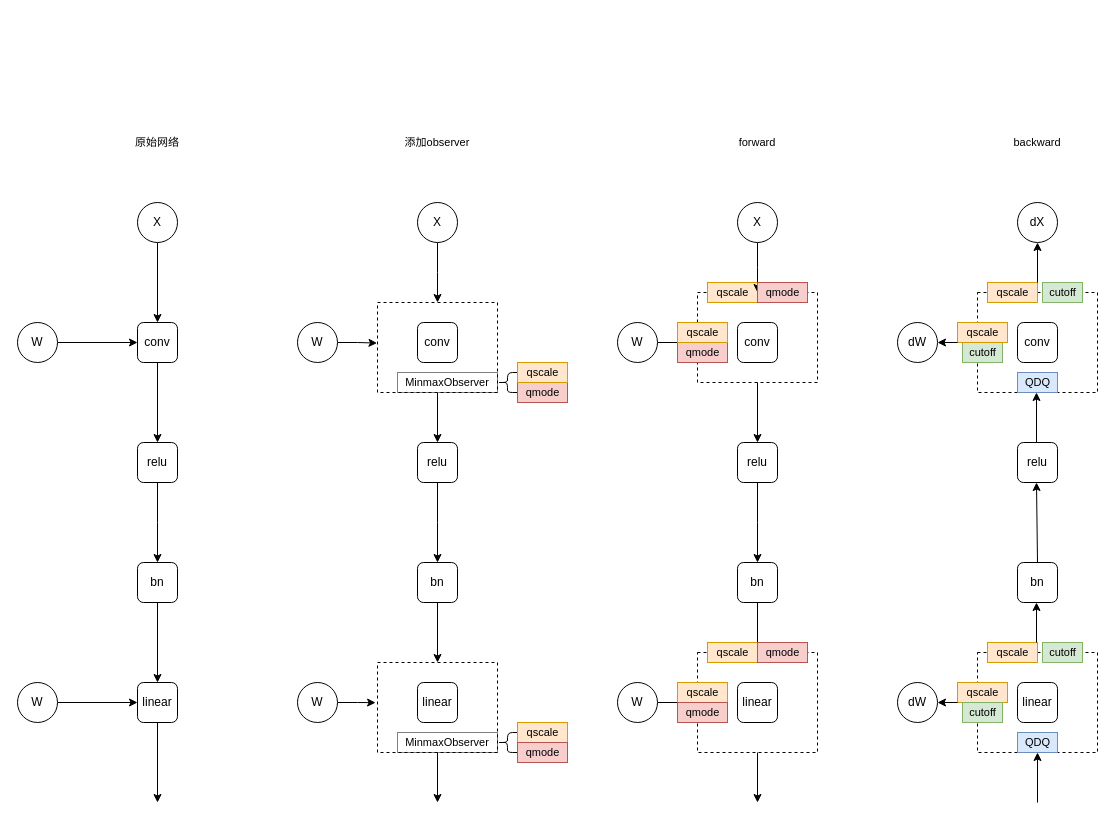
The draw.io diagram torch/QAT.drawio in alanzhai219/dive_into_framework, before the edit. Source tidied: cells renumbered, new cells numbered last; positions are measured from the earlier drawing's top-left corner, leaving out a move shared by most shapes. Both pictures are drawn from the tidied source at 100%, with x=0, y=0 at pixel (17, 122).
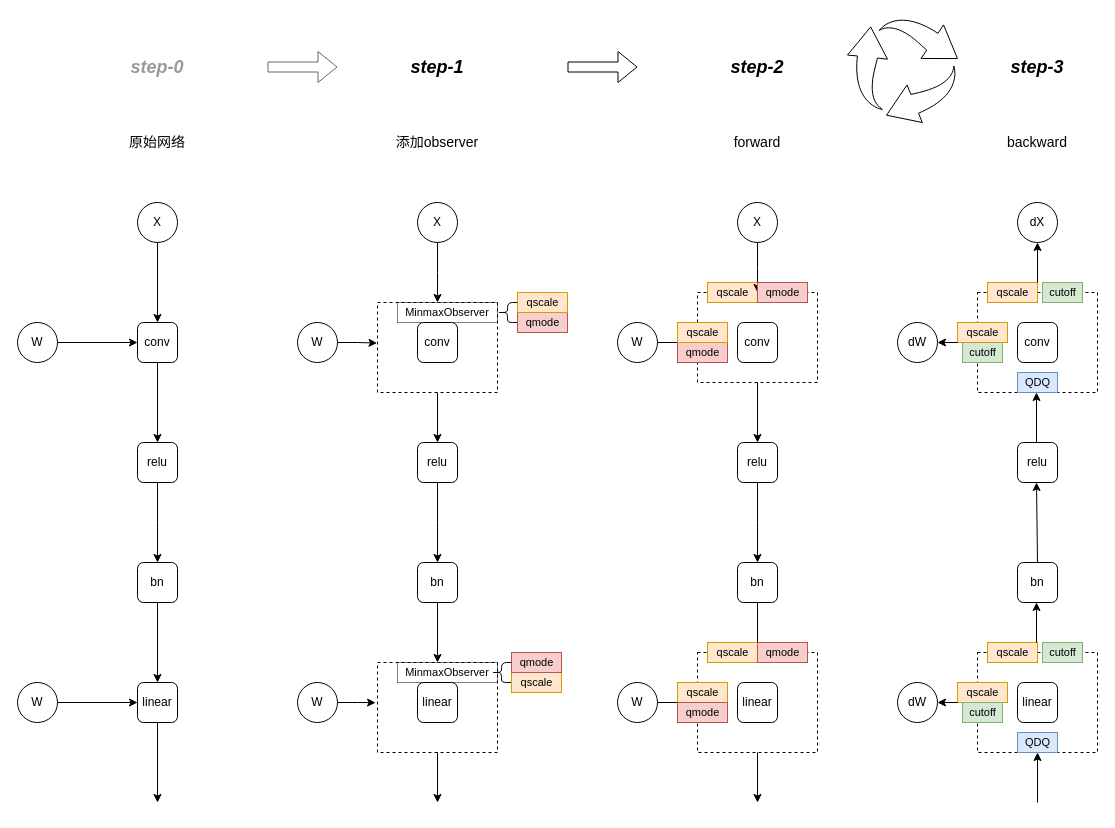
Above is the later version.

Change to the diagram source:
```diff
@@
     <mxCell id="20" value="&lt;font style=&quot;font-size: 11px&quot;&gt;MinmaxObserver&lt;/font&gt;" style="text;html=1;strokeColor=default;fillColor=none;align=center;verticalAlign=middle;whiteSpace=wrap;rounded=0;shadow=0;glass=1;sketch=0;dashed=1;dashPattern=1 1;" parent="1" vertex="1">
-      <mxGeometry x="380" y="250" width="100" height="20" as="geometry" />
+      <mxGeometry x="380" y="180" width="100" height="20" as="geometry" />
     </mxCell>
@@
     <mxCell id="34" value="&lt;font style=&quot;font-size: 11px&quot;&gt;MinmaxObserver&lt;/font&gt;" style="text;html=1;strokeColor=default;fillColor=none;align=center;verticalAlign=middle;whiteSpace=wrap;rounded=0;shadow=0;glass=1;dashed=1;sketch=0;dashPattern=1 1;" parent="1" vertex="1">
-      <mxGeometry x="380" y="610" width="100" height="20" as="geometry" />
+      <mxGeometry x="380" y="540" width="100" height="20" as="geometry" />
     </mxCell>
     <mxCell id="35" style="shape=curlyBracket;whiteSpace=wrap;html=1;rounded=1;shadow=0;glass=0;sketch=0;fontSize=11;strokeColor=default;" parent="1" vertex="1">
-      <mxGeometry x="480" y="250" width="20" height="20" as="geometry" />
+      <mxGeometry x="480" y="180" width="20" height="20" as="geometry" />
     </mxCell>
@@
     <mxCell id="37" value="qmode" style="text;html=1;align=center;verticalAlign=middle;strokeColor=#b85450;fillColor=#f8cecc;fontSize=11;" parent="1" vertex="1">
-      <mxGeometry x="500" y="260" width="50" height="20" as="geometry" />
+      <mxGeometry x="500" y="190" width="50" height="20" as="geometry" />
     </mxCell>
     <mxCell id="38" style="shape=curlyBracket;whiteSpace=wrap;html=1;rounded=1;shadow=0;glass=0;sketch=0;fontSize=11;strokeColor=default;" parent="1" vertex="1">
-      <mxGeometry x="480" y="610" width="20" height="20" as="geometry" />
+      <mxGeometry x="474" y="540" width="20" height="20" as="geometry" />
     </mxCell>
     <mxCell id="39" value="qscale" style="text;html=1;align=center;verticalAlign=middle;strokeColor=#d79b00;fillColor=#ffe6cc;fontSize=11;" parent="1" vertex="1">
-      <mxGeometry x="500" y="600" width="50" height="20" as="geometry" />
+      <mxGeometry x="494" y="550" width="50" height="20" as="geometry" />
     </mxCell>
     <mxCell id="40" value="qmode" style="text;html=1;align=center;verticalAlign=middle;strokeColor=#b85450;fillColor=#f8cecc;fontSize=11;" parent="1" vertex="1">
-      <mxGeometry x="500" y="620" width="50" height="20" as="geometry" />
+      <mxGeometry x="494" y="530" width="50" height="20" as="geometry" />
     </mxCell>
@@
     <mxCell id="56" value="qscale" style="text;html=1;align=center;verticalAlign=middle;strokeColor=#d79b00;fillColor=#ffe6cc;fontSize=11;" parent="1" vertex="1">
-      <mxGeometry x="500" y="240" width="50" height="20" as="geometry" />
+      <mxGeometry x="500" y="170" width="50" height="20" as="geometry" />
     </mxCell>
@@
-    <mxCell id="90" value="原始网络" style="text;html=1;strokeColor=none;fillColor=none;align=center;verticalAlign=middle;whiteSpace=wrap;rounded=0;shadow=0;glass=0;sketch=0;fontSize=11;" parent="1" vertex="1">
+    <mxCell id="90" value="&lt;font style=&quot;font-size: 14px&quot;&gt;原始网络&lt;/font&gt;" style="text;html=1;strokeColor=none;fillColor=none;align=center;verticalAlign=middle;whiteSpace=wrap;rounded=0;shadow=0;glass=0;sketch=0;fontSize=11;" parent="1" vertex="1">
       <mxGeometry x="80" width="120" height="39" as="geometry" />
     </mxCell>
-    <mxCell id="91" value="添加observer" style="text;html=1;strokeColor=none;fillColor=none;align=center;verticalAlign=middle;whiteSpace=wrap;rounded=0;shadow=0;glass=0;sketch=0;fontSize=11;" parent="1" vertex="1">
+    <mxCell id="91" value="&lt;font style=&quot;font-size: 14px&quot;&gt;添加observer&lt;/font&gt;" style="text;html=1;strokeColor=none;fillColor=none;align=center;verticalAlign=middle;whiteSpace=wrap;rounded=0;shadow=0;glass=0;sketch=0;fontSize=11;" parent="1" vertex="1">
       <mxGeometry x="360" width="120" height="39" as="geometry" />
     </mxCell>
-    <mxCell id="92" value="forward" style="text;html=1;strokeColor=none;fillColor=none;align=center;verticalAlign=middle;whiteSpace=wrap;rounded=0;shadow=0;glass=0;sketch=0;fontSize=11;" parent="1" vertex="1">
+    <mxCell id="92" value="&lt;font style=&quot;font-size: 14px&quot;&gt;forward&lt;/font&gt;" style="text;html=1;strokeColor=none;fillColor=none;align=center;verticalAlign=middle;whiteSpace=wrap;rounded=0;shadow=0;glass=0;sketch=0;fontSize=11;" parent="1" vertex="1">
       <mxGeometry x="680" width="120" height="39" as="geometry" />
     </mxCell>
-    <mxCell id="93" value="backward" style="text;html=1;strokeColor=none;fillColor=none;align=center;verticalAlign=middle;whiteSpace=wrap;rounded=0;shadow=0;glass=0;sketch=0;fontSize=11;" parent="1" vertex="1">
+    <mxCell id="93" value="&lt;font style=&quot;font-size: 14px&quot;&gt;backward&lt;/font&gt;" style="text;html=1;strokeColor=none;fillColor=none;align=center;verticalAlign=middle;whiteSpace=wrap;rounded=0;shadow=0;glass=0;sketch=0;fontSize=11;" parent="1" vertex="1">
       <mxGeometry x="960" width="120" height="39" as="geometry" />
     </mxCell>
+    <mxCell id="94" value="&lt;font style=&quot;font-size: 18px&quot; color=&quot;#999999&quot;&gt;&lt;b&gt;&lt;i&gt;step-0&lt;/i&gt;&lt;/b&gt;&lt;/font&gt;" style="text;html=1;strokeColor=none;fillColor=none;align=center;verticalAlign=middle;whiteSpace=wrap;rounded=0;" parent="1" vertex="1">
+      <mxGeometry x="110" y="-70" width="60" height="30" as="geometry" />
+    </mxCell>
+    <mxCell id="95" value="&lt;font style=&quot;font-size: 18px&quot;&gt;&lt;b&gt;&lt;i&gt;step-1&lt;/i&gt;&lt;/b&gt;&lt;/font&gt;" style="text;html=1;strokeColor=none;fillColor=none;align=center;verticalAlign=middle;whiteSpace=wrap;rounded=0;" parent="1" vertex="1">
+      <mxGeometry x="390" y="-70" width="60" height="30" as="geometry" />
+    </mxCell>
+    <mxCell id="96" value="&lt;font style=&quot;font-size: 18px&quot;&gt;&lt;b&gt;&lt;i&gt;step-2&lt;/i&gt;&lt;/b&gt;&lt;/font&gt;" style="text;html=1;strokeColor=none;fillColor=none;align=center;verticalAlign=middle;whiteSpace=wrap;rounded=0;" parent="1" vertex="1">
+      <mxGeometry x="710" y="-70" width="60" height="30" as="geometry" />
+    </mxCell>
+    <mxCell id="97" value="&lt;font style=&quot;font-size: 18px&quot;&gt;&lt;b&gt;&lt;i&gt;step-3&lt;/i&gt;&lt;/b&gt;&lt;/font&gt;" style="text;html=1;strokeColor=none;fillColor=none;align=center;verticalAlign=middle;whiteSpace=wrap;rounded=0;" parent="1" vertex="1">
+      <mxGeometry x="990" y="-70" width="60" height="30" as="geometry" />
+    </mxCell>
+    <mxCell id="98" style="shape=flexArrow;endArrow=classic;html=1;rounded=0;fontSize=18;fontColor=#000000;strokeColor=#666666;" parent="1" edge="1">
+      <mxGeometry relative="1" as="geometry">
+        <mxPoint x="250" y="-55.5" as="sourcePoint" />
+        <mxPoint x="320" y="-55.5" as="targetPoint" />
+      </mxGeometry>
+    </mxCell>
+    <mxCell id="99" style="shape=flexArrow;endArrow=classic;html=1;rounded=0;fontSize=18;fontColor=#000000;" parent="1" edge="1">
+      <mxGeometry relative="1" as="geometry">
+        <mxPoint x="550" y="-55.5" as="sourcePoint" />
+        <mxPoint x="620" y="-55.5" as="targetPoint" />
+      </mxGeometry>
+    </mxCell>
+    <mxCell id="100" style="sketch=0;html=1;strokeColor=default;shadow=0;align=center;verticalAlign=top;fillColor=none;shape=mxgraph.gcp2.arrow_cycle;fontSize=18;fontColor=#000000;" parent="1" vertex="1">
+      <mxGeometry x="830" y="-104.5" width="110" height="104.5" as="geometry" />
+    </mxCell>
```
